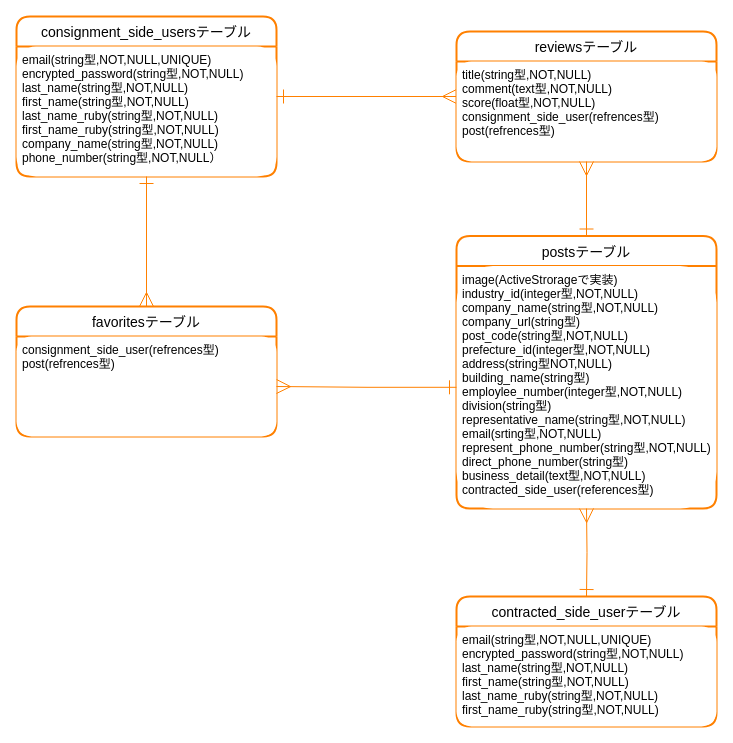
This is er_diagram.dio from hiroki1121/assistance_company, a draw.io file, before an edit. Source tidied: cells renumbered, new cells numbered last; positions are measured from the earlier drawing's top-left corner, leaving out a move shared by most shapes. Both pictures are drawn from the tidied source at 100%, with x=0, y=0 at pixel (16, 16).
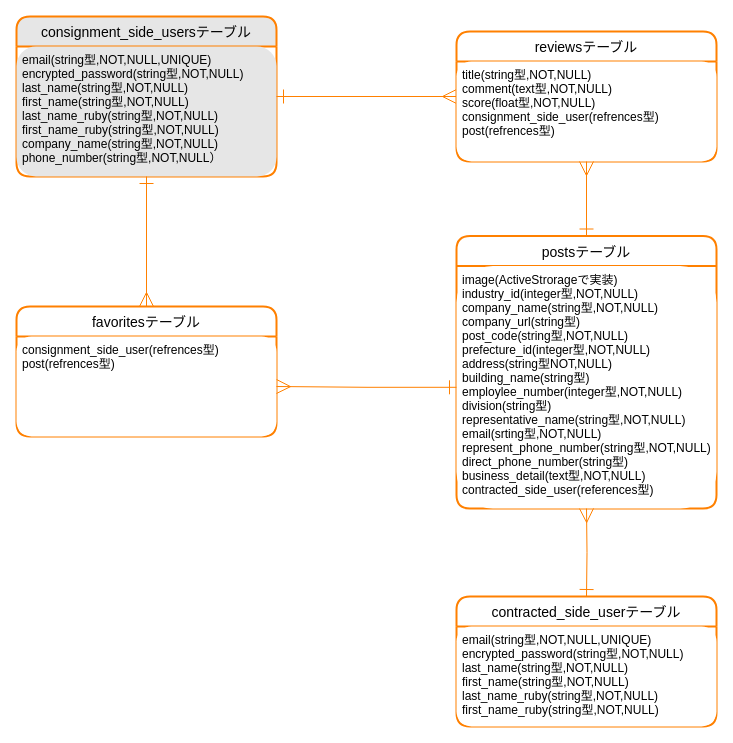
After the change.

Commit message (it also covers changes not shown here):
ER図デザイン修正

What changed in the source:
```diff
@@
 <mxGraphModel>
   <root>
     <mxCell id="0" />
     <mxCell id="1" parent="0" />
-    <mxCell id="2" value="consignment_side_usersテーブル" style="swimlane;horizontal=1;startSize=30;rounded=1;fontSize=14;fontStyle=0;strokeWidth=2;shadow=0;dashed=0;align=center;labelBackgroundColor=none;labelBorderColor=none;swimlaneFillColor=none;strokeColor=#FF8000;perimeterSpacing=0;swimlaneLine=1;sketch=0;glass=0;fontColor=#000000;" parent="1" vertex="1">
+    <mxCell id="2" value="consignment_side_usersテーブル" style="swimlane;horizontal=1;startSize=30;rounded=1;fontSize=14;fontStyle=0;strokeWidth=2;shadow=0;dashed=0;align=center;labelBackgroundColor=none;labelBorderColor=none;swimlaneFillColor=none;strokeColor=#FF8000;perimeterSpacing=0;swimlaneLine=1;sketch=0;glass=0;fontColor=#000000;fillColor=#E6E6E6;" parent="1" vertex="1">
       <mxGeometry width="260" height="160" as="geometry" />
     </mxCell>
-    <mxCell id="3" value="email(string型,NOT,NULL,UNIQUE)&#10;encrypted_password(string型,NOT,NULL)&#10;last_name(string型,NOT,NULL)&#10;first_name(string型,NOT,NULL)&#10;last_name_ruby(string型,NOT,NULL)&#10;first_name_ruby(string型,NOT,NULL)&#10;company_name(string型,NOT,NULL)&#10;phone_number(string型,NOT,NULL）" style="align=left;strokeColor=none;spacingLeft=4;fontSize=12;verticalAlign=top;fontColor=#000000;rounded=1;" parent="2" vertex="1">
+    <mxCell id="3" value="email(string型,NOT,NULL,UNIQUE)&#10;encrypted_password(string型,NOT,NULL)&#10;last_name(string型,NOT,NULL)&#10;first_name(string型,NOT,NULL)&#10;last_name_ruby(string型,NOT,NULL)&#10;first_name_ruby(string型,NOT,NULL)&#10;company_name(string型,NOT,NULL)&#10;phone_number(string型,NOT,NULL）" style="align=left;strokeColor=none;spacingLeft=4;fontSize=12;verticalAlign=top;fontColor=#000000;rounded=1;fillColor=#E6E6E6;" parent="2" vertex="1">
       <mxGeometry y="30" width="260" height="130" as="geometry" />
     </mxCell>
     <mxCell id="4" value="contracted_side_userテーブル" style="swimlane;horizontal=1;startSize=30;rounded=1;fontSize=14;fontStyle=0;strokeWidth=2;shadow=0;dashed=0;align=center;labelBackgroundColor=none;fontColor=#000000;labelBorderColor=none;swimlaneFillColor=none;strokeColor=#FF8000;" parent="1" vertex="1">
       <mxGeometry x="440" y="580" width="260" height="130" as="geometry" />
     </mxCell>
     <mxCell id="5" value="email(string型,NOT,NULL,UNIQUE)&#10;encrypted_password(string型,NOT,NULL)&#10;last_name(string型,NOT,NULL)&#10;first_name(string型,NOT,NULL)&#10;last_name_ruby(string型,NOT,NULL)&#10;first_name_ruby(string型,NOT,NULL)" style="align=left;strokeColor=none;spacingLeft=4;fontSize=12;verticalAlign=top;fontColor=#000000;rounded=1;" parent="4" vertex="1">
       <mxGeometry y="30" width="260" height="100" as="geometry" />
     </mxCell>
     <mxCell id="6" value="postsテーブル" style="swimlane;horizontal=1;startSize=30;rounded=1;fontSize=14;fontStyle=0;strokeWidth=2;shadow=0;dashed=0;align=center;labelBackgroundColor=none;fontColor=#000000;labelBorderColor=none;swimlaneFillColor=none;strokeColor=#FF8000;" parent="1" vertex="1">
       <mxGeometry x="440" y="219.5" width="260" height="272.5" as="geometry" />
     </mxCell>
     <mxCell id="7" value="image(ActiveStrorageで実装)&#10;industry_id(integer型,NOT,NULL)&#10;company_name(string型,NOT,NULL)&#10;company_url(string型)&#10;post_code(string型,NOT,NULL)&#10;prefecture_id(integer型,NOT,NULL)&#10;address(string型NOT,NULL)&#10;building_name(string型)&#10;employlee_number(integer型,NOT,NULL)&#10;division(string型)&#10;representative_name(string型,NOT,NULL)&#10;email(srting型,NOT,NULL)&#10;represent_phone_number(string型,NOT,NULL)&#10;direct_phone_number(string型)&#10;business_detail(text型,NOT,NULL)&#10;contracted_side_user(references型)" style="align=left;strokeColor=none;spacingLeft=4;fontSize=12;verticalAlign=top;fontColor=#000000;rounded=1;" parent="6" vertex="1">
       <mxGeometry y="30" width="260" height="242.5" as="geometry" />
     </mxCell>
     <mxCell id="8" value="favoritesテーブル" style="swimlane;horizontal=1;startSize=30;rounded=1;fontSize=14;fontStyle=0;strokeWidth=2;shadow=0;dashed=0;align=center;labelBackgroundColor=none;fontColor=#000000;labelBorderColor=none;swimlaneFillColor=none;strokeColor=#FF8000;" parent="1" vertex="1">
       <mxGeometry y="290" width="260" height="130" as="geometry" />
     </mxCell>
     <mxCell id="9" value="consignment_side_user(refrences型)&#10;post(refrences型)" style="align=left;strokeColor=none;spacingLeft=4;fontSize=12;verticalAlign=top;fontColor=#000000;rounded=1;glass=0;shadow=0;sketch=0;" parent="8" vertex="1">
       <mxGeometry y="30" width="260" height="100" as="geometry" />
     </mxCell>
     <mxCell id="10" style="edgeStyle=orthogonalEdgeStyle;rounded=0;jettySize=auto;html=1;exitX=0.5;exitY=1;exitDx=0;exitDy=0;entryX=0.5;entryY=0;entryDx=0;entryDy=0;fontColor=#000000;endArrow=ERmany;endFill=0;startArrow=ERone;startFill=0;strokeWidth=1;endSize=12;startSize=12;strokeColor=#FF8000;" parent="1" edge="1" source="3" target="8">
       <mxGeometry relative="1" as="geometry" />
     </mxCell>
     <mxCell id="11" style="edgeStyle=orthogonalEdgeStyle;rounded=0;jettySize=auto;html=1;startArrow=ERone;startFill=0;startSize=12;endArrow=ERmany;endFill=0;endSize=12;strokeWidth=1;fontColor=#000000;strokeColor=#FF8000;" parent="1" edge="1" source="7">
       <mxGeometry relative="1" as="geometry">
         <mxPoint x="260" y="370" as="targetPoint" />
       </mxGeometry>
     </mxCell>
     <mxCell id="12" style="edgeStyle=orthogonalEdgeStyle;rounded=0;jettySize=auto;html=1;endSize=12;startSize=12;endArrow=ERmany;endFill=0;startArrow=ERone;startFill=0;strokeColor=#FF8000;" parent="1" edge="1" target="7">
       <mxGeometry relative="1" as="geometry">
         <mxPoint x="570" y="580" as="sourcePoint" />
       </mxGeometry>
     </mxCell>
     <mxCell id="13" style="edgeStyle=orthogonalEdgeStyle;rounded=0;jettySize=auto;html=1;startArrow=ERone;startFill=0;startSize=12;endArrow=ERmany;endFill=0;endSize=12;exitX=1;exitY=0.5;exitDx=0;exitDy=0;strokeColor=#FF8000;" parent="1" edge="1" source="2" target="14">
       <mxGeometry relative="1" as="geometry" />
     </mxCell>
     <mxCell id="14" value="reviewsテーブル" style="swimlane;horizontal=1;startSize=30;rounded=1;fontSize=14;fontStyle=0;strokeWidth=2;shadow=0;dashed=0;align=center;labelBackgroundColor=none;fontColor=#000000;labelBorderColor=none;swimlaneFillColor=none;strokeColor=#FF8000;" parent="1" vertex="1">
       <mxGeometry x="440" y="15" width="260" height="130" as="geometry" />
     </mxCell>
     <mxCell id="15" value="title(string型,NOT,NULL)&#10;comment(text型,NOT,NULL)&#10;score(float型,NOT,NULL)&#10;consignment_side_user(refrences型)&#10;post(refrences型)" style="align=left;strokeColor=none;spacingLeft=4;fontSize=12;verticalAlign=top;fontColor=#000000;rounded=1;" parent="14" vertex="1">
       <mxGeometry y="30" width="260" height="100" as="geometry" />
     </mxCell>
     <mxCell id="16" style="align=left;strokeColor=none;spacingLeft=4;fontSize=12;verticalAlign=top;fillColor=#FFFFFF;fontColor=#000000;" parent="14" vertex="1">
       <mxGeometry y="130" width="260" as="geometry" />
     </mxCell>
     <mxCell id="17" style="edgeStyle=orthogonalEdgeStyle;rounded=0;jettySize=auto;html=1;startArrow=ERone;startFill=0;startSize=12;endArrow=ERmany;endFill=0;endSize=12;exitX=0.5;exitY=0;exitDx=0;exitDy=0;strokeColor=#FF8000;" parent="1" edge="1" source="6" target="15">
       <mxGeometry relative="1" as="geometry" />
     </mxCell>
   </root>
 </mxGraphModel>
```
